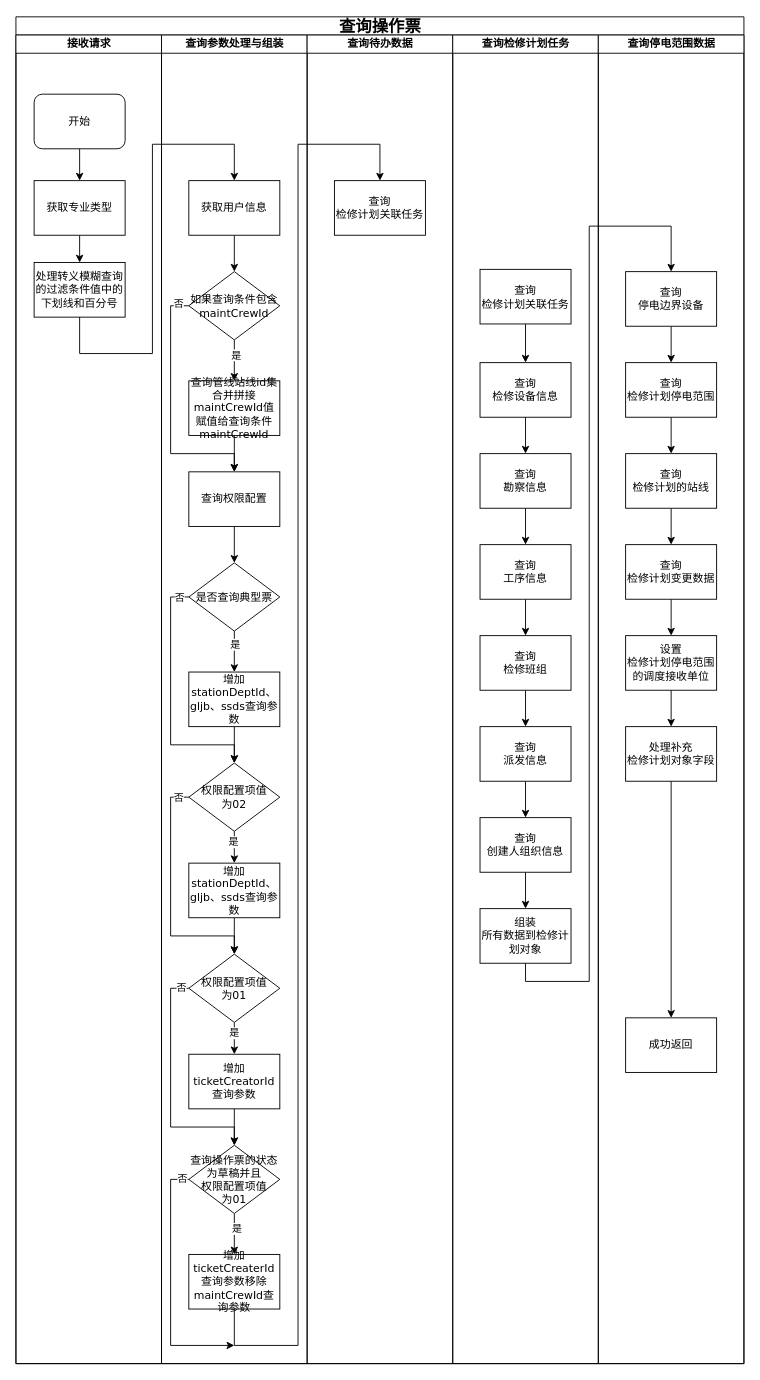
Before: 查询操作票.drawio in wwwwbo/myDraw, a draw.io diagram. Source tidied: cells renumbered, new cells numbered last; positions are measured from the earlier drawing's top-left corner, leaving out a move shared by most shapes. Both pictures are drawn from the tidied source at 91%, with x=0, y=0 at pixel (15, 16).
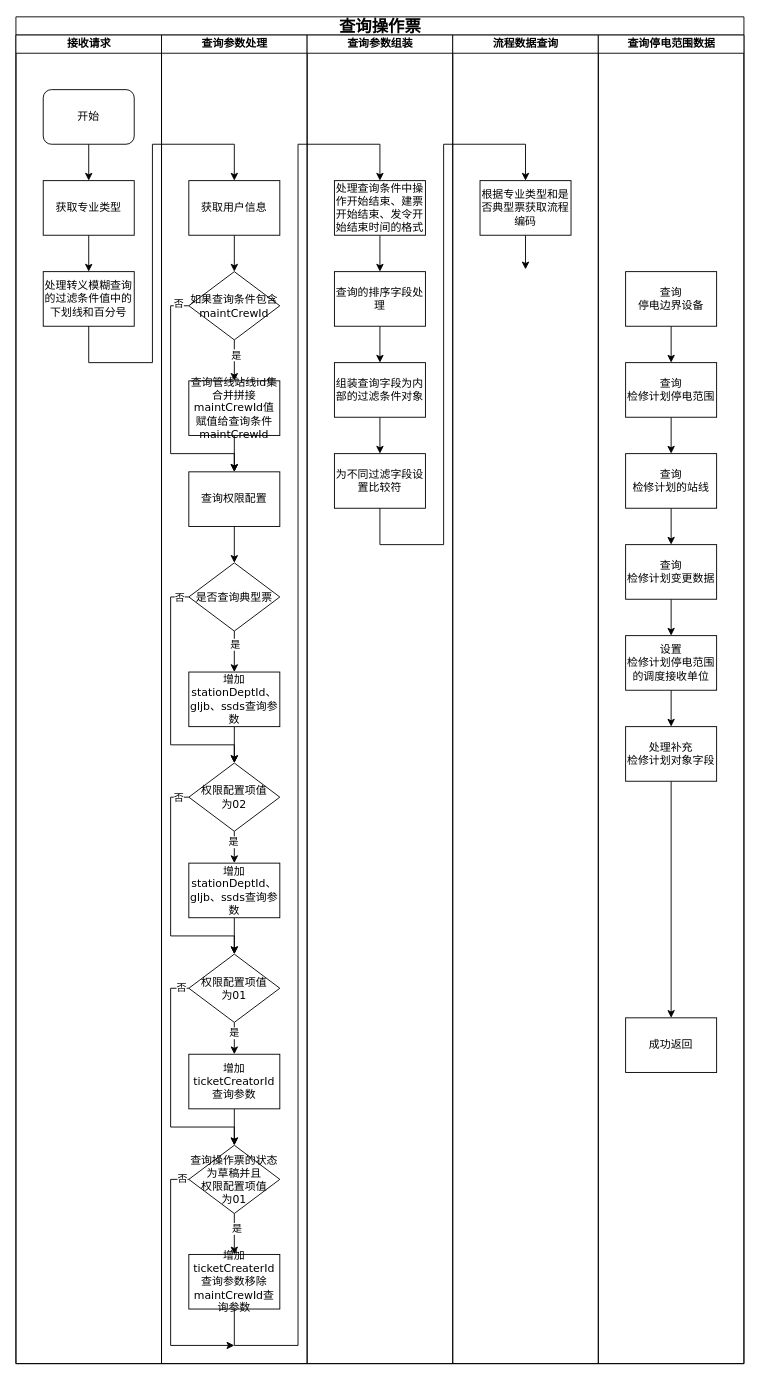
Above is the later version.

Commit message (it also covers changes not shown here):
更新查询操作票.drawio

The change refers to these unchanged cells:
```xml
<mxCell id="2" value="&lt;font style=&quot;font-size: 18px;&quot;&gt;查询操作票&lt;/font&gt;" style="swimlane;html=1;startSize=20;rounded=0;shadow=0;labelBackgroundColor=none;strokeWidth=1;fontFamily=Verdana;fontSize=8;align=center;" parent="1" vertex="1">
  <mxGeometry width="800" height="1480" as="geometry" />
</mxCell>
<mxCell id="3" value="接收请求" style="swimlane;html=1;startSize=20;" parent="2" vertex="1">
  <mxGeometry y="20" width="160" height="1460" as="geometry" />
</mxCell>
<mxCell id="11" value="&lt;span style=&quot;font-size: 12px;&quot;&gt;获取用户信息&lt;/span&gt;" style="whiteSpace=wrap;html=1;fontSize=8;fontFamily=Verdana;rounded=0;shadow=0;labelBackgroundColor=none;strokeWidth=1;" parent="9" vertex="1">
  <mxGeometry x="30" y="160" width="100" height="60" as="geometry" />
</mxCell>
<mxCell id="78" value="&lt;span style=&quot;font-size: 12px;&quot;&gt;查询&lt;/span&gt;&lt;div&gt;&lt;span style=&quot;font-size: 12px;&quot;&gt;停电边界设备&lt;/span&gt;&lt;/div&gt;" style="whiteSpace=wrap;html=1;fontSize=8;fontFamily=Verdana;rounded=0;shadow=0;labelBackgroundColor=none;strokeWidth=1;" parent="66" vertex="1">
  <mxGeometry x="30" y="260" width="100" height="60" as="geometry" />
</mxCell>
```

Change to the diagram source:
```diff
@@
     <mxCell id="5" value="&lt;font style=&quot;font-size: 12px;&quot;&gt;开始&lt;/font&gt;" style="rounded=1;whiteSpace=wrap;html=1;shadow=0;labelBackgroundColor=none;strokeWidth=1;fontFamily=Verdana;fontSize=8;align=center;" parent="3" vertex="1">
-      <mxGeometry x="20" y="65" width="100" height="60" as="geometry" />
+      <mxGeometry x="30" y="60" width="100" height="60" as="geometry" />
     </mxCell>
-    <mxCell id="6" style="edgeStyle=orthogonalEdgeStyle;rounded=0;jettySize=auto;html=1;entryX=0.5;entryY=0;entryDx=0;entryDy=0;exitX=0.5;exitY=1;exitDx=0;exitDy=0;" parent="3" edge="1" source="7">
-      <mxGeometry relative="1" as="geometry">
-        <mxPoint x="70" y="250" as="targetPoint" />
-      </mxGeometry>
-    </mxCell>
+    <mxCell id="83" style="edgeStyle=orthogonalEdgeStyle;rounded=0;jettySize=auto;html=1;exitX=0.5;exitY=1;exitDx=0;exitDy=0;entryX=0.5;entryY=0;entryDx=0;entryDy=0;" parent="3" edge="1" source="7" target="8">
+      <mxGeometry relative="1" as="geometry" />
+    </mxCell>
     <mxCell id="7" value="&lt;span style=&quot;font-size: 12px;&quot;&gt;获取专业类型&lt;/span&gt;" style="whiteSpace=wrap;html=1;fontSize=8;fontFamily=Verdana;rounded=0;shadow=0;labelBackgroundColor=none;strokeWidth=1;" parent="3" vertex="1">
-      <mxGeometry x="20" y="160" width="100" height="60" as="geometry" />
+      <mxGeometry x="30" y="160" width="100" height="60" as="geometry" />
     </mxCell>
     <mxCell id="8" value="&lt;div&gt;&lt;span style=&quot;font-size: 12px; background-color: transparent; color: light-dark(rgb(0, 0, 0), rgb(255, 255, 255));&quot;&gt;处理转义模糊查询的过滤条件值中的下划线和百分号&lt;/span&gt;&lt;/div&gt;" style="whiteSpace=wrap;html=1;fontSize=8;fontFamily=Verdana;rounded=0;shadow=0;labelBackgroundColor=none;strokeWidth=1;" parent="3" vertex="1">
-      <mxGeometry x="20" y="250" width="100" height="60" as="geometry" />
+      <mxGeometry x="30" y="260" width="100" height="60" as="geometry" />
     </mxCell>
-    <mxCell id="9" value="查询参数处理与组装" style="swimlane;html=1;startSize=20;" parent="2" vertex="1">
+    <mxCell id="9" value="查询参数处理" style="swimlane;html=1;startSize=20;" parent="2" vertex="1">
       <mxGeometry x="160" y="20" width="160" height="1460" as="geometry" />
     </mxCell>
@@
-    <mxCell id="48" value="查询待办数据" style="swimlane;html=1;startSize=20;" parent="2" vertex="1">
+    <mxCell id="48" value="查询参数组装" style="swimlane;html=1;startSize=20;" parent="2" vertex="1">
       <mxGeometry x="320" y="20" width="160" height="1460" as="geometry" />
     </mxCell>
+    <mxCell id="84" style="edgeStyle=orthogonalEdgeStyle;rounded=0;jettySize=auto;html=1;exitX=0.5;exitY=1;exitDx=0;exitDy=0;" parent="48" edge="1" source="49" target="86">
+      <mxGeometry relative="1" as="geometry" />
+    </mxCell>
-    <mxCell id="49" value="&lt;font style=&quot;font-size: 12px;&quot;&gt;查询&lt;br&gt;检修计划关联任务&lt;/font&gt;" style="whiteSpace=wrap;html=1;fontSize=8;fontFamily=Verdana;rounded=0;shadow=0;labelBackgroundColor=none;strokeWidth=1;" parent="48" vertex="1">
+    <mxCell id="49" value="&lt;span style=&quot;font-size: 12px;&quot;&gt;处理查询条件中操作开始结束、建票开始结束、发令开始结束时间的格式&lt;/span&gt;" style="whiteSpace=wrap;html=1;fontSize=8;fontFamily=Verdana;rounded=0;shadow=0;labelBackgroundColor=none;strokeWidth=1;" parent="48" vertex="1">
       <mxGeometry x="30" y="160" width="100" height="60" as="geometry" />
     </mxCell>
+    <mxCell id="85" style="edgeStyle=orthogonalEdgeStyle;rounded=0;jettySize=auto;html=1;exitX=0.5;exitY=1;exitDx=0;exitDy=0;entryX=0.5;entryY=0;entryDx=0;entryDy=0;" parent="48" edge="1" source="86" target="88">
+      <mxGeometry relative="1" as="geometry" />
+    </mxCell>
+    <mxCell id="86" value="&lt;span style=&quot;font-size: 12px;&quot;&gt;查询的排序字段&lt;/span&gt;&lt;span style=&quot;font-size: 12px;&quot;&gt;处理&lt;/span&gt;" style="whiteSpace=wrap;html=1;fontSize=8;fontFamily=Verdana;rounded=0;shadow=0;labelBackgroundColor=none;strokeWidth=1;" parent="48" vertex="1">
+      <mxGeometry x="30" y="260" width="100" height="60" as="geometry" />
+    </mxCell>
+    <mxCell id="87" style="edgeStyle=orthogonalEdgeStyle;rounded=0;jettySize=auto;html=1;exitX=0.5;exitY=1;exitDx=0;exitDy=0;" parent="48" edge="1" source="88" target="89">
+      <mxGeometry relative="1" as="geometry" />
+    </mxCell>
+    <mxCell id="88" value="&lt;span style=&quot;font-size: 12px;&quot;&gt;组装查询字段为内部的过滤条件对象&lt;/span&gt;" style="whiteSpace=wrap;html=1;fontSize=8;fontFamily=Verdana;rounded=0;shadow=0;labelBackgroundColor=none;strokeWidth=1;" parent="48" vertex="1">
+      <mxGeometry x="30" y="360" width="100" height="60" as="geometry" />
+    </mxCell>
+    <mxCell id="89" value="&lt;span style=&quot;font-size: 12px;&quot;&gt;为不同过滤字段设置比较符&lt;/span&gt;" style="whiteSpace=wrap;html=1;fontSize=8;fontFamily=Verdana;rounded=0;shadow=0;labelBackgroundColor=none;strokeWidth=1;" parent="48" vertex="1">
+      <mxGeometry x="30" y="460" width="100" height="60" as="geometry" />
+    </mxCell>
-    <mxCell id="50" value="查询检修计划任务" style="swimlane;html=1;startSize=20;" parent="2" vertex="1">
+    <mxCell id="50" value="流程数据查询" style="swimlane;html=1;startSize=20;" parent="2" vertex="1">
       <mxGeometry x="480" y="20" width="160" height="1460" as="geometry" />
     </mxCell>
-    <mxCell id="51" style="edgeStyle=orthogonalEdgeStyle;rounded=0;jettySize=auto;html=1;" parent="50" edge="1" source="52" target="54">
-      <mxGeometry relative="1" as="geometry" />
-    </mxCell>
-    <mxCell id="52" value="&lt;font style=&quot;font-size: 12px;&quot;&gt;查询&lt;br&gt;检修计划关联任务&lt;/font&gt;" style="whiteSpace=wrap;html=1;fontSize=8;fontFamily=Verdana;rounded=0;shadow=0;labelBackgroundColor=none;strokeWidth=1;" parent="50" vertex="1">
-      <mxGeometry x="30" y="257.5" width="100" height="60" as="geometry" />
-    </mxCell>
-    <mxCell id="53" style="edgeStyle=orthogonalEdgeStyle;rounded=0;jettySize=auto;html=1;exitX=0.5;exitY=1;exitDx=0;exitDy=0;entryX=0.5;entryY=0;entryDx=0;entryDy=0;" parent="50" edge="1" source="54" target="56">
-      <mxGeometry relative="1" as="geometry" />
-    </mxCell>
-    <mxCell id="54" value="&lt;span style=&quot;font-size: 12px;&quot;&gt;查询&lt;/span&gt;&lt;div&gt;&lt;span style=&quot;font-size: 12px;&quot;&gt;检修设备信息&lt;/span&gt;&lt;/div&gt;" style="whiteSpace=wrap;html=1;fontSize=8;fontFamily=Verdana;rounded=0;shadow=0;labelBackgroundColor=none;strokeWidth=1;" parent="50" vertex="1">
-      <mxGeometry x="30" y="360" width="100" height="60" as="geometry" />
-    </mxCell>
-    <mxCell id="55" style="edgeStyle=orthogonalEdgeStyle;rounded=0;jettySize=auto;html=1;exitX=0.5;exitY=1;exitDx=0;exitDy=0;entryX=0.5;entryY=0;entryDx=0;entryDy=0;" parent="50" edge="1" source="56" target="58">
-      <mxGeometry relative="1" as="geometry" />
-    </mxCell>
-    <mxCell id="56" value="&lt;span style=&quot;font-size: 12px;&quot;&gt;查询&lt;/span&gt;&lt;div&gt;&lt;span style=&quot;font-size: 12px;&quot;&gt;勘察信息&lt;/span&gt;&lt;/div&gt;" style="whiteSpace=wrap;html=1;fontSize=8;fontFamily=Verdana;rounded=0;shadow=0;labelBackgroundColor=none;strokeWidth=1;" parent="50" vertex="1">
-      <mxGeometry x="30" y="460" width="100" height="60" as="geometry" />
-    </mxCell>
-    <mxCell id="57" style="edgeStyle=orthogonalEdgeStyle;rounded=0;jettySize=auto;html=1;exitX=0.5;exitY=1;exitDx=0;exitDy=0;entryX=0.5;entryY=0;entryDx=0;entryDy=0;" parent="50" edge="1" source="58" target="60">
-      <mxGeometry relative="1" as="geometry" />
-    </mxCell>
-    <mxCell id="58" value="&lt;span style=&quot;font-size: 12px;&quot;&gt;查询&lt;/span&gt;&lt;div&gt;&lt;span style=&quot;font-size: 12px;&quot;&gt;工序信息&lt;/span&gt;&lt;/div&gt;" style="whiteSpace=wrap;html=1;fontSize=8;fontFamily=Verdana;rounded=0;shadow=0;labelBackgroundColor=none;strokeWidth=1;" parent="50" vertex="1">
-      <mxGeometry x="30" y="560" width="100" height="60" as="geometry" />
-    </mxCell>
-    <mxCell id="59" style="edgeStyle=orthogonalEdgeStyle;rounded=0;jettySize=auto;html=1;exitX=0.5;exitY=1;exitDx=0;exitDy=0;entryX=0.5;entryY=0;entryDx=0;entryDy=0;" parent="50" edge="1" source="60" target="62">
-      <mxGeometry relative="1" as="geometry" />
-    </mxCell>
-    <mxCell id="60" value="&lt;span style=&quot;font-size: 12px;&quot;&gt;查询&lt;/span&gt;&lt;div&gt;&lt;span style=&quot;font-size: 12px;&quot;&gt;检修班组&lt;/span&gt;&lt;/div&gt;" style="whiteSpace=wrap;html=1;fontSize=8;fontFamily=Verdana;rounded=0;shadow=0;labelBackgroundColor=none;strokeWidth=1;" parent="50" vertex="1">
-      <mxGeometry x="30" y="660" width="100" height="60" as="geometry" />
-    </mxCell>
-    <mxCell id="61" style="edgeStyle=orthogonalEdgeStyle;rounded=0;jettySize=auto;html=1;exitX=0.5;exitY=1;exitDx=0;exitDy=0;entryX=0.5;entryY=0;entryDx=0;entryDy=0;" parent="50" edge="1" source="62" target="64">
-      <mxGeometry relative="1" as="geometry" />
-    </mxCell>
-    <mxCell id="62" value="&lt;span style=&quot;font-size: 12px;&quot;&gt;查询&lt;/span&gt;&lt;div&gt;&lt;span style=&quot;font-size: 12px;&quot;&gt;派发信息&lt;/span&gt;&lt;/div&gt;" style="whiteSpace=wrap;html=1;fontSize=8;fontFamily=Verdana;rounded=0;shadow=0;labelBackgroundColor=none;strokeWidth=1;" parent="50" vertex="1">
-      <mxGeometry x="30" y="760" width="100" height="60" as="geometry" />
-    </mxCell>
-    <mxCell id="63" style="edgeStyle=orthogonalEdgeStyle;rounded=0;jettySize=auto;html=1;exitX=0.5;exitY=1;exitDx=0;exitDy=0;entryX=0.5;entryY=0;entryDx=0;entryDy=0;" parent="50" edge="1" source="64" target="65">
-      <mxGeometry relative="1" as="geometry" />
-    </mxCell>
-    <mxCell id="64" value="&lt;span style=&quot;font-size: 12px;&quot;&gt;查询&lt;/span&gt;&lt;div&gt;&lt;span style=&quot;font-size: 12px;&quot;&gt;创建人组织信息&lt;/span&gt;&lt;/div&gt;" style="whiteSpace=wrap;html=1;fontSize=8;fontFamily=Verdana;rounded=0;shadow=0;labelBackgroundColor=none;strokeWidth=1;" parent="50" vertex="1">
-      <mxGeometry x="30" y="860" width="100" height="60" as="geometry" />
-    </mxCell>
-    <mxCell id="65" value="&lt;span style=&quot;font-size: 12px;&quot;&gt;组装&lt;/span&gt;&lt;div&gt;&lt;span style=&quot;font-size: 12px;&quot;&gt;所有数据到检修计划对象&lt;/span&gt;&lt;/div&gt;" style="whiteSpace=wrap;html=1;fontSize=8;fontFamily=Verdana;rounded=0;shadow=0;labelBackgroundColor=none;strokeWidth=1;" parent="50" vertex="1">
-      <mxGeometry x="30" y="960" width="100" height="60" as="geometry" />
-    </mxCell>
+    <mxCell id="90" style="edgeStyle=orthogonalEdgeStyle;rounded=0;jettySize=auto;html=1;exitX=0.5;exitY=1;exitDx=0;exitDy=0;entryX=0.5;entryY=0;entryDx=0;entryDy=0;" parent="50" edge="1" source="91">
+      <mxGeometry relative="1" as="geometry">
+        <mxPoint x="80" y="257.5" as="targetPoint" />
+      </mxGeometry>
+    </mxCell>
+    <mxCell id="91" value="&lt;span style=&quot;font-size: 12px;&quot;&gt;根据专业类型和是否典型票获取流程编码&lt;/span&gt;" style="whiteSpace=wrap;html=1;fontSize=8;fontFamily=Verdana;rounded=0;shadow=0;labelBackgroundColor=none;strokeWidth=1;" parent="50" vertex="1">
+      <mxGeometry x="30" y="160" width="100" height="60" as="geometry" />
+    </mxCell>
@@
-    <mxCell id="80" style="edgeStyle=orthogonalEdgeStyle;rounded=0;jettySize=auto;html=1;exitX=0.5;exitY=1;exitDx=0;exitDy=0;entryX=0.5;entryY=0;entryDx=0;entryDy=0;" parent="2" edge="1" source="65" target="78">
-      <mxGeometry relative="1" as="geometry">
-        <Array as="points">
-          <mxPoint x="560" y="1060" />
-          <mxPoint x="630" y="1060" />
-          <mxPoint x="630" y="230" />
-          <mxPoint x="720" y="230" />
-        </Array>
-      </mxGeometry>
-    </mxCell>
     <mxCell id="81" style="edgeStyle=orthogonalEdgeStyle;rounded=0;jettySize=auto;html=1;exitX=0.5;exitY=1;exitDx=0;exitDy=0;entryX=0.5;entryY=0;entryDx=0;entryDy=0;" parent="2" edge="1" source="8" target="11">
       <mxGeometry relative="1" as="geometry">
         <Array as="points">
-          <mxPoint x="70" y="370" />
-          <mxPoint x="150" y="370" />
+          <mxPoint x="80" y="380" />
+          <mxPoint x="150" y="380" />
           <mxPoint x="150" y="140" />
           <mxPoint x="240" y="140" />
         </Array>
       </mxGeometry>
     </mxCell>
@@
+    <mxCell id="92" style="edgeStyle=orthogonalEdgeStyle;rounded=0;jettySize=auto;html=1;exitX=0.5;exitY=1;exitDx=0;exitDy=0;entryX=0.5;entryY=0;entryDx=0;entryDy=0;" parent="2" edge="1" source="89" target="91">
+      <mxGeometry relative="1" as="geometry">
+        <Array as="points">
+          <mxPoint x="400" y="580" />
+          <mxPoint x="470" y="580" />
+          <mxPoint x="470" y="140" />
+          <mxPoint x="560" y="140" />
+        </Array>
+      </mxGeometry>
+    </mxCell>
```
